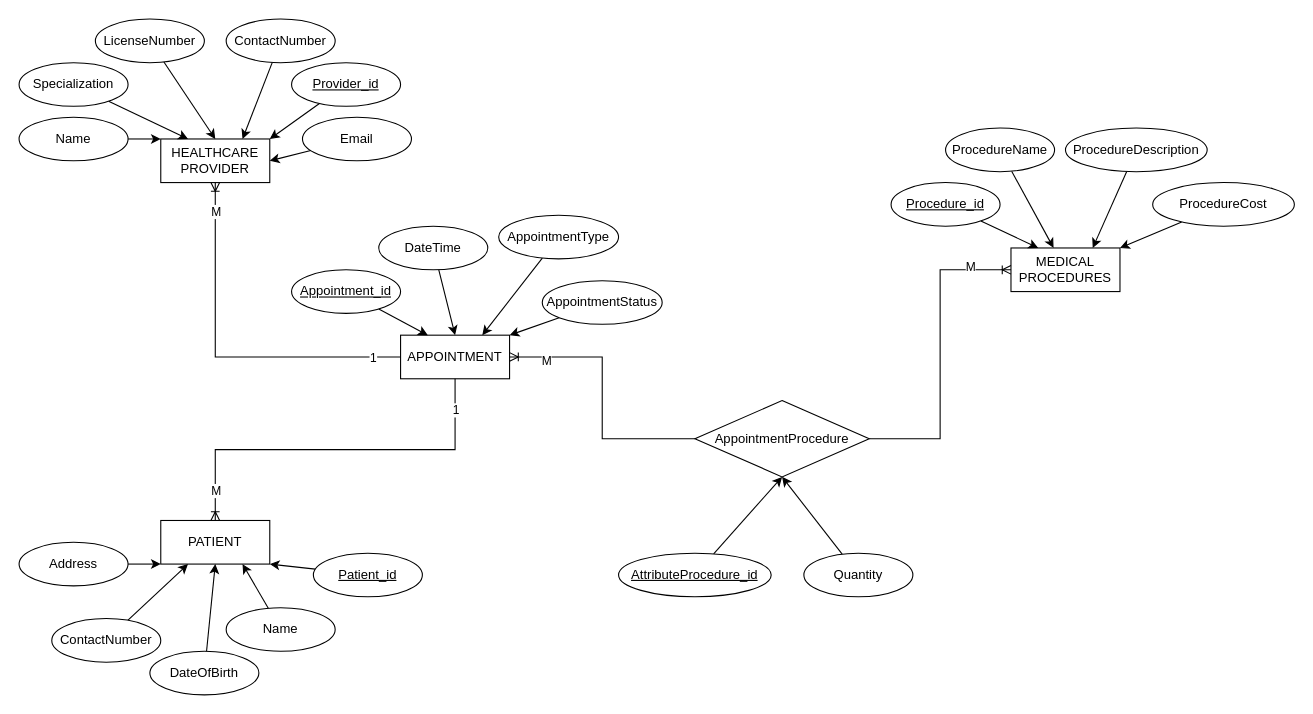
Earlier version of the draw.io diagram page "ERDCapstone" (5 of 7) of SP703.drawio (vinsanity2022/ERD_SP703). Source tidied: cells renumbered, new cells numbered last; positions are measured from the earlier drawing's top-left corner, leaving out a move shared by most shapes. Both pictures are drawn from the tidied source at 109%, with x=0, y=0 at pixel (19, 19).
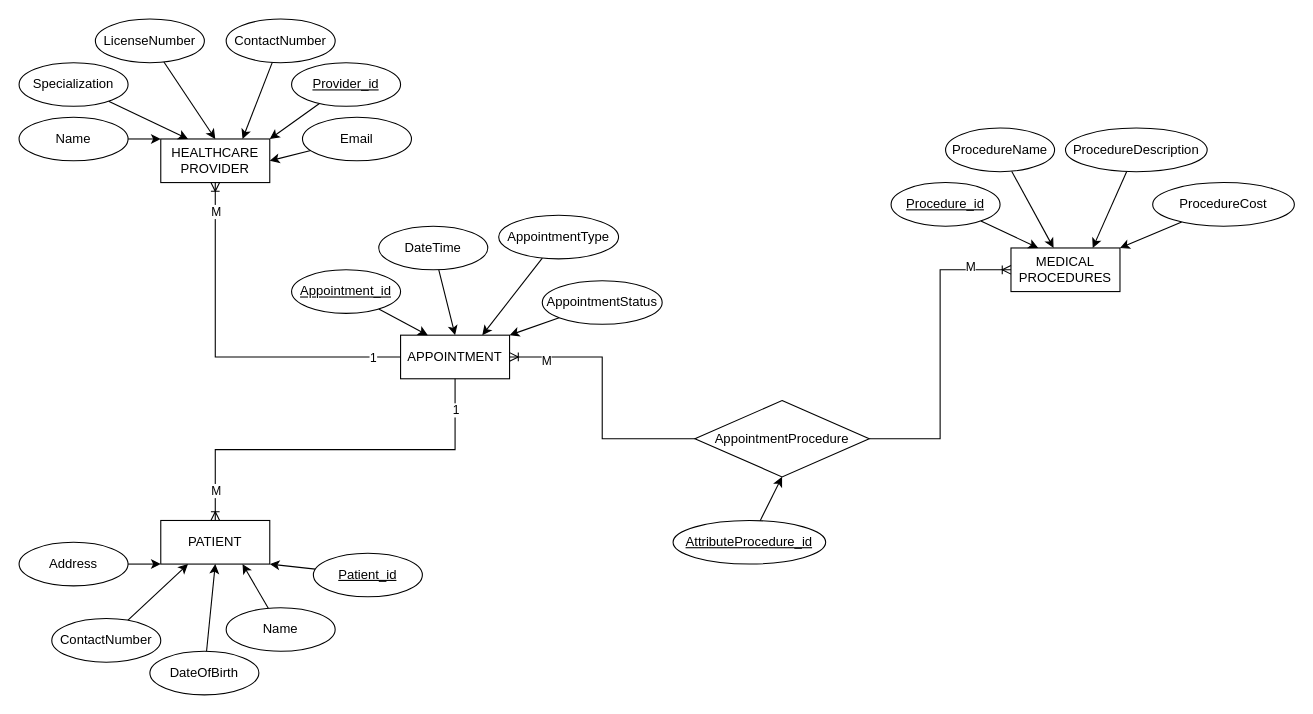
After the change.

Unchanged cells that the change refers to:
```xml
<mxCell id="6" value="AppointmentProcedure" style="shape=rhombus;perimeter=rhombusPerimeter;whiteSpace=wrap;html=1;align=center;" parent="1" vertex="1">
  <mxGeometry x="620" y="350" width="160" height="70" as="geometry" />
</mxCell>
```

Diff of the diagram source:
```diff
@@
-    <mxCell id="45" style="rounded=0;jettySize=auto;html=1;entryX=0.5;entryY=1;entryDx=0;entryDy=0;" parent="1" edge="1" source="46" target="6">
-      <mxGeometry relative="1" as="geometry" />
-    </mxCell>
-    <mxCell id="46" value="Quantity" style="ellipse;whiteSpace=wrap;html=1;align=center;" parent="1" vertex="1">
-      <mxGeometry x="720" y="490" width="100" height="40" as="geometry" />
-    </mxCell>
@@
     <mxCell id="48" value="AttributeProcedure_id" style="ellipse;whiteSpace=wrap;html=1;align=center;fontStyle=4;" parent="1" vertex="1">
-      <mxGeometry x="550" y="490" width="140" height="40" as="geometry" />
+      <mxGeometry x="600" y="460" width="140" height="40" as="geometry" />
     </mxCell>
```
